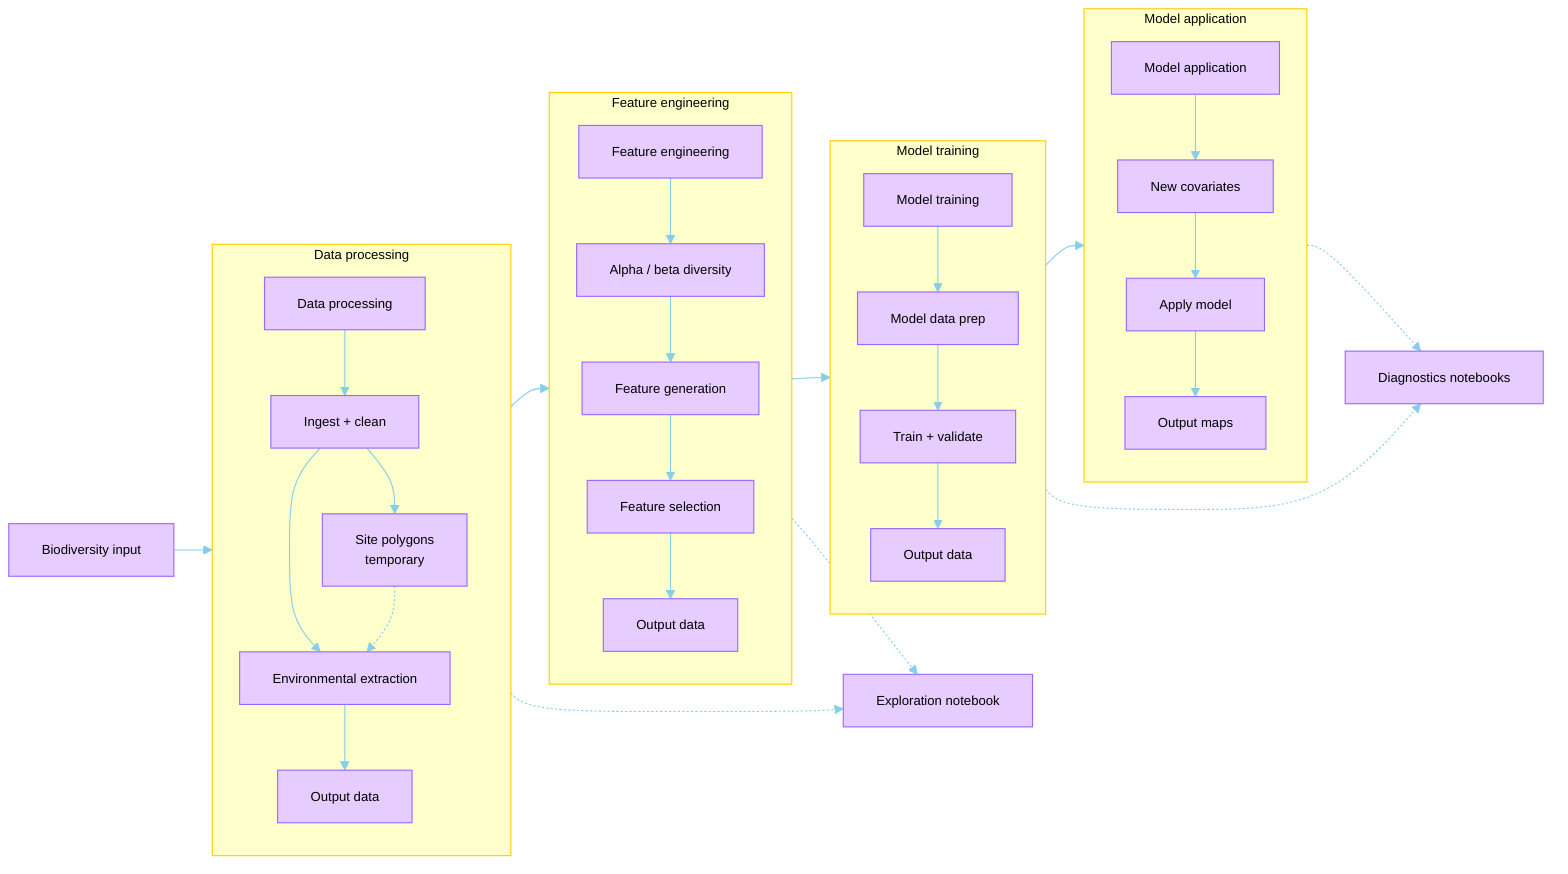
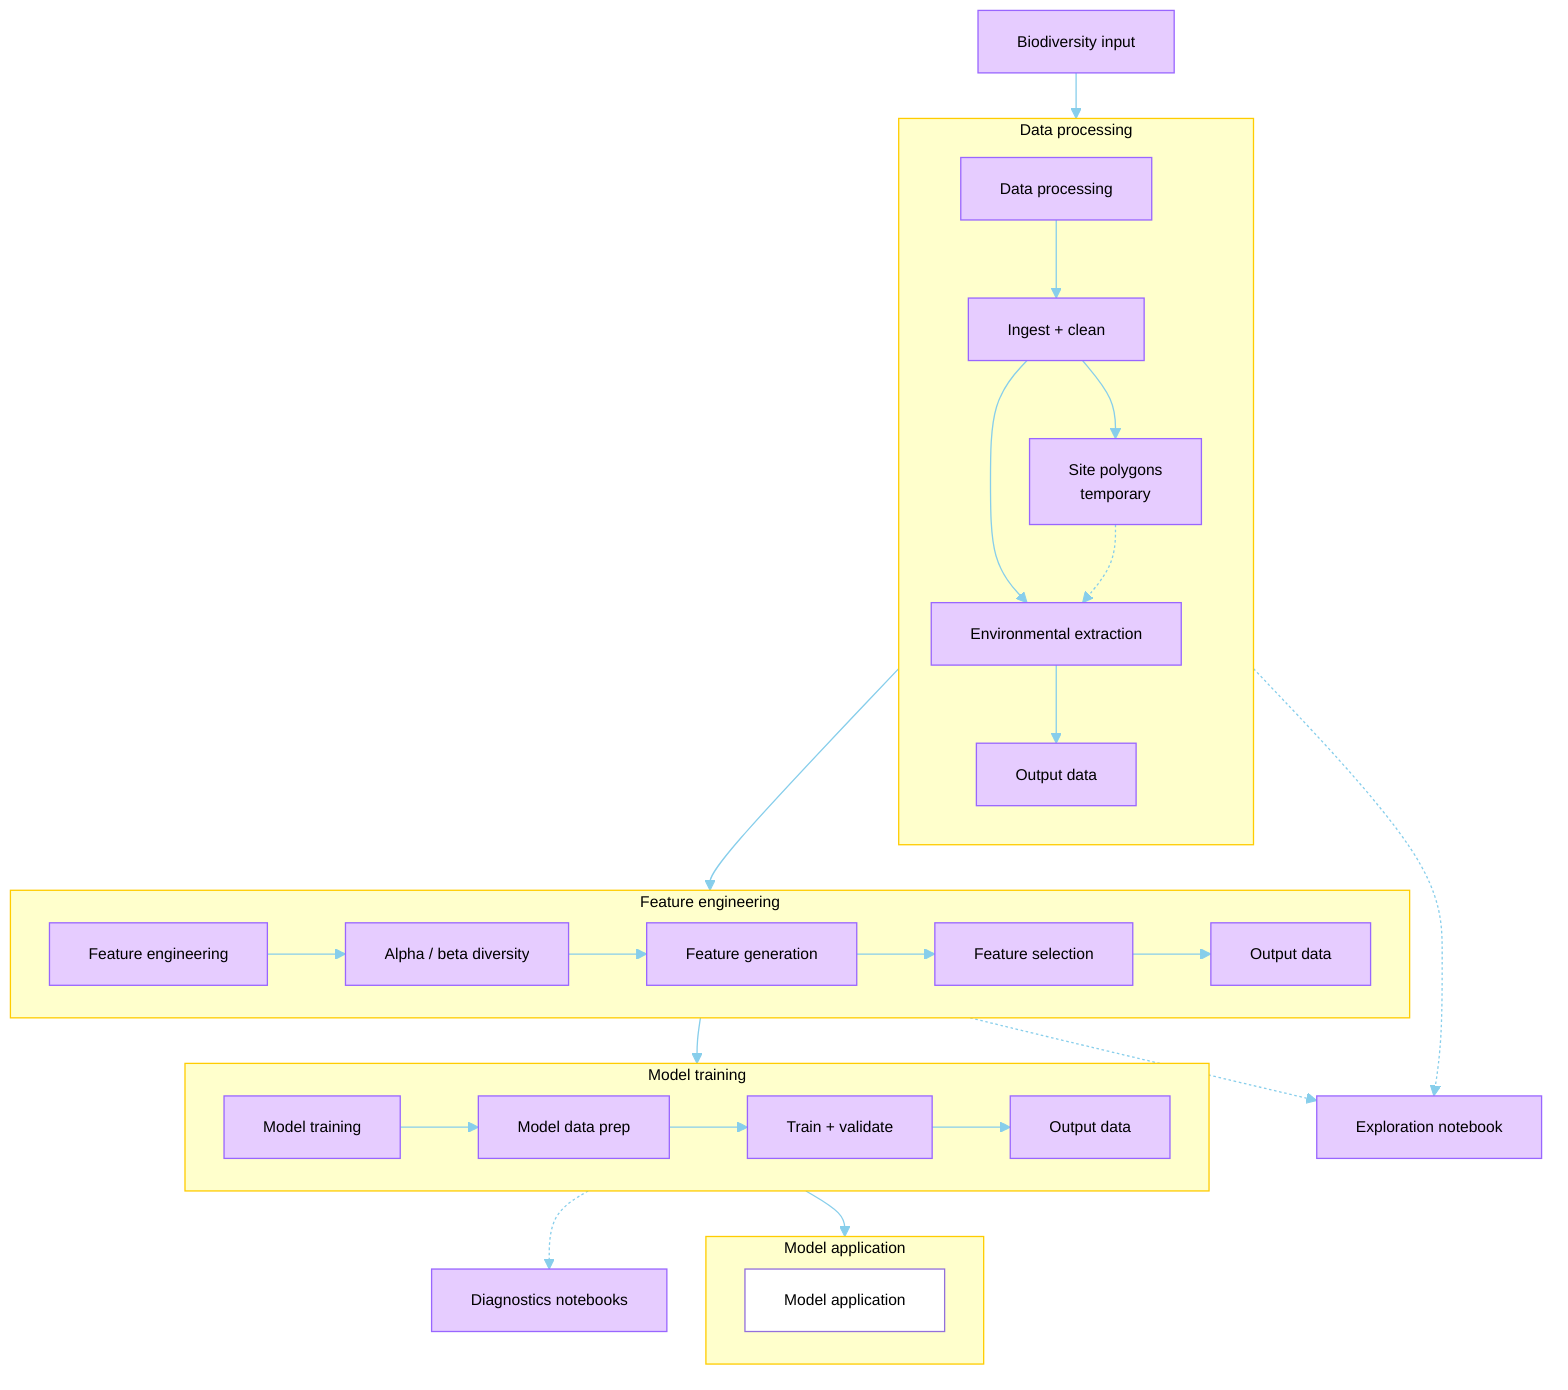
%%{init: {"flowchart": {"nodeSpacing": 30, "rankSpacing": 35}, "themeVariables": {"primaryColor": "#FFFF99", "primaryTextColor": "#000000", "primaryBorderColor": "#FFD700", "lineColor": "#87CEEB", "secondBkgColor": "#99FFFF", "secondBorderColor": "#00CCFF", "secondTextColor": "#000000", "tertiaryColor": "#99FF99", "tertiaryTextColor": "#000000", "tertiaryBorderColor": "#00DD00", "clusterBkg": "#FFFFCC", "clusterBorder": "#FFCC00", "clusterTextColor": "#000000", "tertiaryTextBackground": "#FFFFFF", "fontSize": "12px", "fontFamily": "Arial", "background": "#FFFFFF", "mainBkg": "#FFFFFF", "textColor": "#000000", "labelTextColor": "#000000", "nodeTextColor": "#000000", "edgeLabelBackground": "#FFFFFF", "titleColor": "#000000"}} }%%
- flowchart LR
+ flowchart TB
    biodiversity_input[Biodiversity input]

    subgraph data["Data processing"]
        direction TB
        data_main[Data processing]
        ingest[Ingest + clean]
        polygons[Site polygons<br/>temporary]
        env_extract[Environmental extraction]
        data_out[Output data]

        data_main --> ingest
        ingest --> polygons
        ingest --> env_extract
        polygons -.-> env_extract
        env_extract --> data_out
    end

    subgraph features["Feature engineering"]
-         direction TB
+         direction LR
        features_main[Feature engineering]
        diversity[Alpha / beta diversity]
        feature_gen[Feature generation]
        feature_sel[Feature selection]
        feature_out[Output data]

        features_main --> diversity
        diversity --> feature_gen
        feature_gen --> feature_sel
        feature_sel --> feature_out
    end

    subgraph models["Model training"]
-         direction TB
+         direction LR
        models_main[Model training]
        model_data[Model data prep]
        training[Train + validate]
        model_out[Output data]

        models_main --> model_data
        model_data --> training
        training --> model_out
    end

    subgraph application["Model application"]
-         direction TB
-         app_main[Model application]
-         application_input[New covariates]
-         apply_model[Apply model]
-         application_out[Output maps]
- 
-         app_main --> application_input
-         application_input --> apply_model
-         apply_model --> application_out
+         direction LR
+          application_main[Model application]
    end

    exploration[Exploration notebook]
    diagnostics[Diagnostics notebooks]

-     biodiversity_input --> data_main
-     data_main --> features_main --> models_main --> app_main
+     biodiversity_input --> data
+     data --> features --> models --> application
+ 

    data_out -.-> exploration
    feature_out -.-> exploration
    model_out -.-> diagnostics
-     application_out -.-> diagnostics

    style data_main fill:#E6CCFF,stroke:#9966FF,color:#000000
    style ingest fill:#E6CCFF,stroke:#9966FF,color:#000000
    style polygons fill:#E6CCFF,stroke:#9966FF,color:#000000
    style env_extract fill:#E6CCFF,stroke:#9966FF,color:#000000
    style data_out fill:#E6CCFF,stroke:#9966FF,color:#000000
    style features_main fill:#E6CCFF,stroke:#9966FF,color:#000000
    style diversity fill:#E6CCFF,stroke:#9966FF,color:#000000
    style feature_gen fill:#E6CCFF,stroke:#9966FF,color:#000000
    style feature_sel fill:#E6CCFF,stroke:#9966FF,color:#000000
    style feature_out fill:#E6CCFF,stroke:#9966FF,color:#000000
    style models_main fill:#E6CCFF,stroke:#9966FF,color:#000000
    style model_data fill:#E6CCFF,stroke:#9966FF,color:#000000
    style training fill:#E6CCFF,stroke:#9966FF,color:#000000
    style model_out fill:#E6CCFF,stroke:#9966FF,color:#000000
-     style app_main fill:#E6CCFF,stroke:#9966FF,color:#000000
-     style application_input fill:#E6CCFF,stroke:#9966FF,color:#000000
-     style apply_model fill:#E6CCFF,stroke:#9966FF,color:#000000
-     style application_out fill:#E6CCFF,stroke:#9966FF,color:#000000
+ 
    style exploration fill:#E6CCFF,stroke:#9966FF,color:#000000
    style diagnostics fill:#E6CCFF,stroke:#9966FF,color:#000000
    style biodiversity_input fill:#E6CCFF,stroke:#9966FF,color:#000000